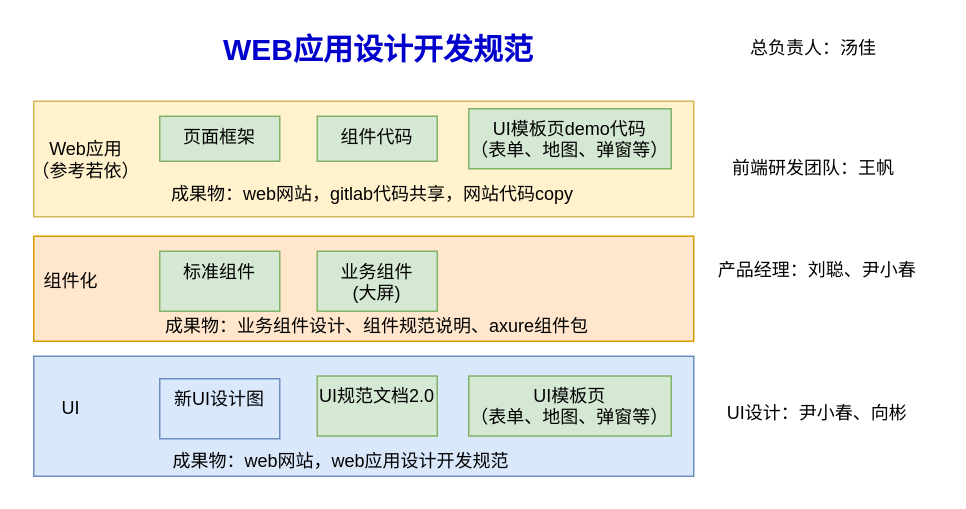
Before: 应用产品线框架图.drawio in bj-ehualu/drawio, a draw.io diagram. Source tidied: cells renumbered, new cells numbered last; positions are measured from the earlier drawing's top-left corner, leaving out a move shared by most shapes. Both pictures are drawn from the tidied source at 150%, with x=0, y=0 at pixel (26, 26).
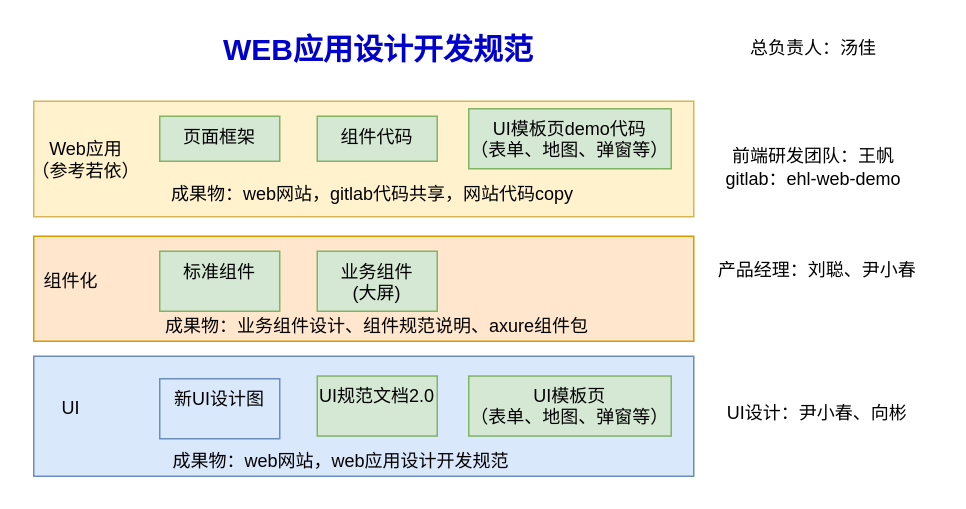
After the change.

Commit message:
更新应用产品线框架图.drawio

What changed in the source:
```diff
@@
-    <mxCell id="16" value="前端研发团队：王帆" style="text;html=1;align=center;verticalAlign=middle;whiteSpace=wrap;rounded=0;" parent="1" vertex="1">
-      <mxGeometry x="445" y="80" width="160" height="30" as="geometry" />
+    <mxCell id="16" value="前端研发团队：王帆&lt;div&gt;gitlab：ehl-web-demo&lt;/div&gt;" style="text;html=1;align=center;verticalAlign=middle;whiteSpace=wrap;rounded=0;" parent="1" vertex="1">
+      <mxGeometry x="445" y="73.5" width="160" height="40" as="geometry" />
     </mxCell>
```
